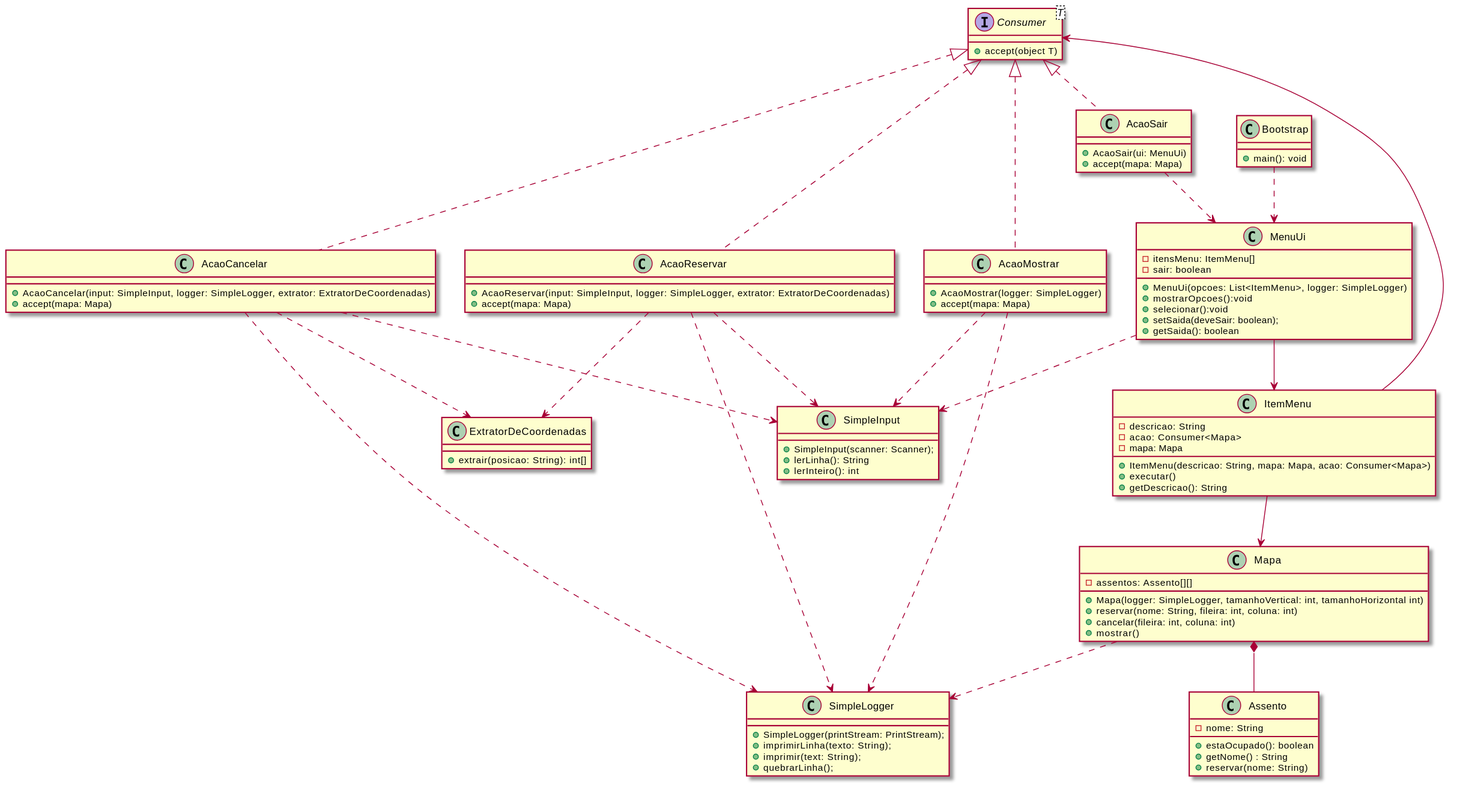
Earlier version of the PlantUML export src/main/resources/cinema.svg (kibutzzz/estruturas-lineares).
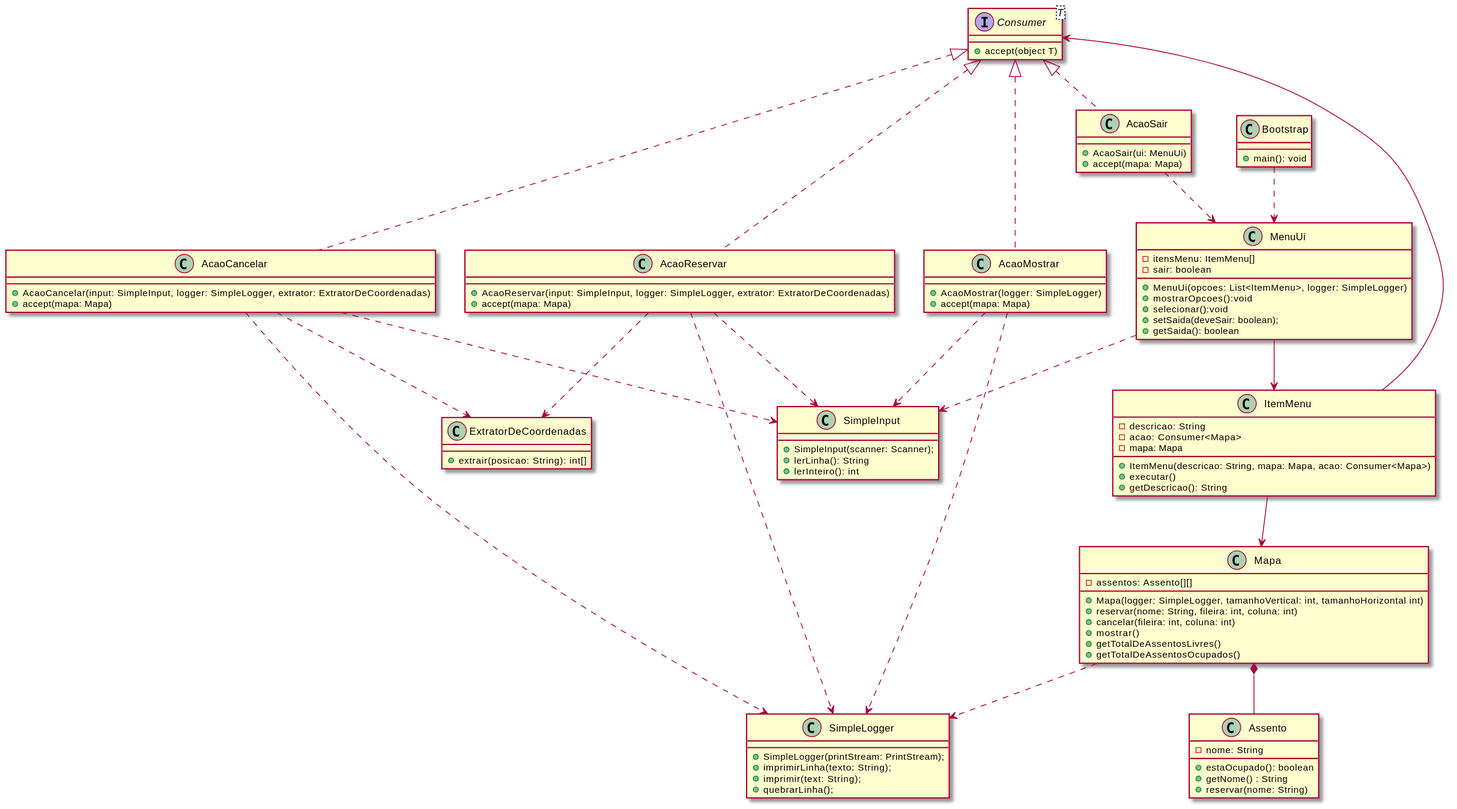
After the commit.

What changed in the source:
```diff
@@ -43,6 +43,8 @@
   + reservar(nome: String, fileira: int, coluna: int)
   + cancelar(fileira: int, coluna: int)
   + mostrar()
+  + getTotalDeAssentosLivres()
+  + getTotalDeAssentosOcupados()
 }
 
 class Assento {
```
